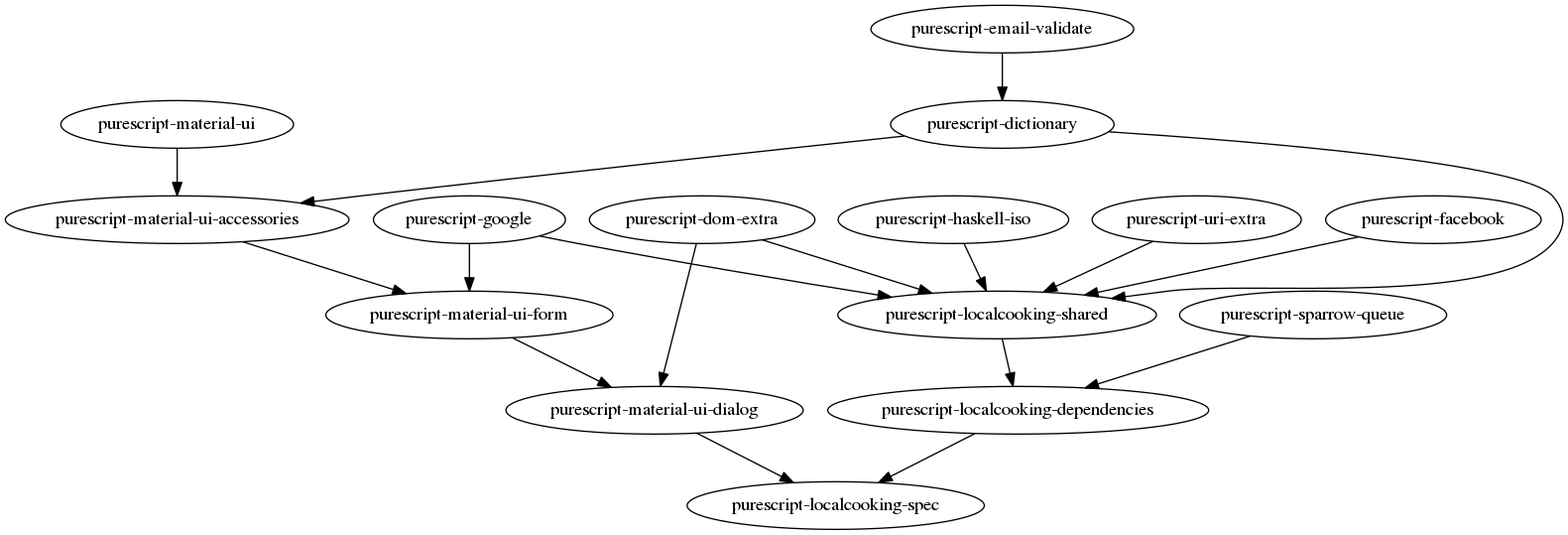
Before: frontend.png, a diagram exported from Graphviz (localcooking/dependencies). Its source is kept beside it as frontend.dot. Its diagram source:
```dot
digraph frontend {
  "purescript-email-validate" -> "purescript-dictionary";
  "purescript-material-ui" -> "purescript-material-ui-accessories";
  "purescript-dictionary" -> "purescript-material-ui-accessories";
  "purescript-google" -> "purescript-material-ui-form";
  "purescript-material-ui-accessories" -> "purescript-material-ui-form";
  "purescript-dom-extra" -> "purescript-material-ui-dialog";
  "purescript-material-ui-form" -> "purescript-material-ui-dialog";
  "purescript-haskell-iso" -> "purescript-localcooking-shared";
  "purescript-uri-extra" -> "purescript-localcooking-shared";
  "purescript-dom-extra" -> "purescript-localcooking-shared";
  "purescript-facebook" -> "purescript-localcooking-shared";
  "purescript-google" -> "purescript-localcooking-shared";
  "purescript-dictionary" -> "purescript-localcooking-shared";
  "purescript-localcooking-shared" -> "purescript-localcooking-dependencies";
  "purescript-sparrow-queue" -> "purescript-localcooking-dependencies";
  "purescript-material-ui-dialog" -> "purescript-localcooking-spec";
  "purescript-localcooking-dependencies" -> "purescript-localcooking-spec";
}
```
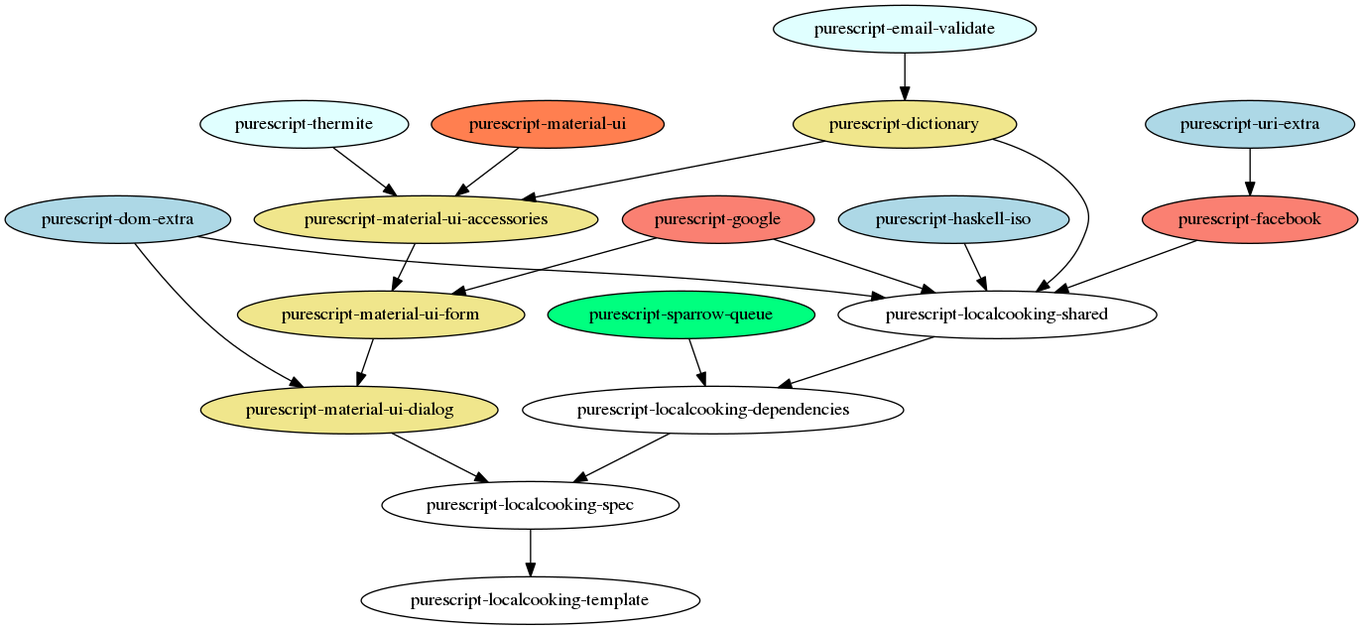
The same diagram one commit later.

Diff of the diagram source:
```diff
@@ -1,5 +1,21 @@
 digraph frontend {
+  "purescript-email-validate" [fillcolor = lightcyan, style = filled];
+  "purescript-thermite" [fillcolor = lightcyan, style = filled];
+  "purescript-material-ui" [fillcolor = coral, style = filled];
+  "purescript-uri-extra" [fillcolor = lightblue, style = filled];
+  "purescript-dom-extra" [fillcolor = lightblue, style = filled];
+  "purescript-haskell-iso" [fillcolor = lightblue, style = filled];
+  "purescript-facebook" [fillcolor = salmon, style = filled];
+  "purescript-google" [fillcolor = salmon, style = filled];
+  "purescript-sparrow-queue" [fillcolor = springgreen, style = filled];
+  "purescript-dictionary" [fillcolor = khaki, style = filled];
+  "purescript-material-ui-accessories" [fillcolor = khaki, style = filled];
+  "purescript-material-ui-form" [fillcolor = khaki, style = filled];
+  "purescript-material-ui-dialog" [fillcolor = khaki, style = filled];
+
   "purescript-email-validate" -> "purescript-dictionary";
+  "purescript-uri-extra" -> "purescript-facebook";
+  "purescript-thermite" -> "purescript-material-ui-accessories";
   "purescript-material-ui" -> "purescript-material-ui-accessories";
   "purescript-dictionary" -> "purescript-material-ui-accessories";
   "purescript-google" -> "purescript-material-ui-form";
@@ -7,7 +23,6 @@
   "purescript-dom-extra" -> "purescript-material-ui-dialog";
   "purescript-material-ui-form" -> "purescript-material-ui-dialog";
   "purescript-haskell-iso" -> "purescript-localcooking-shared";
-  "purescript-uri-extra" -> "purescript-localcooking-shared";
   "purescript-dom-extra" -> "purescript-localcooking-shared";
   "purescript-facebook" -> "purescript-localcooking-shared";
   "purescript-google" -> "purescript-localcooking-shared";
@@ -16,4 +31,5 @@
   "purescript-sparrow-queue" -> "purescript-localcooking-dependencies";
   "purescript-material-ui-dialog" -> "purescript-localcooking-spec";
   "purescript-localcooking-dependencies" -> "purescript-localcooking-spec";
+  "purescript-localcooking-spec" -> "purescript-localcooking-template";
 }
```
